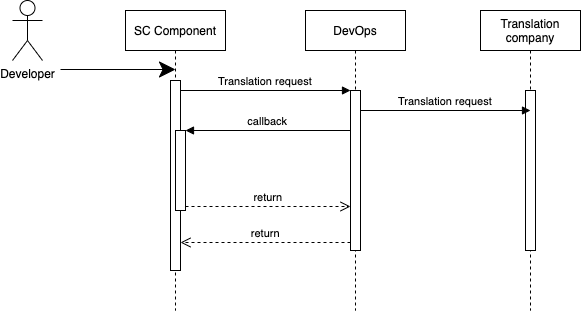
Earlier version of the draw.io export zDifferent/SC/Translation.drawio.png (smitbmx/Architecture-Diagrams). Source tidied: cells renumbered, new cells last; positions are measured from the earlier drawing's top-left corner, leaving out a move shared by most shapes.
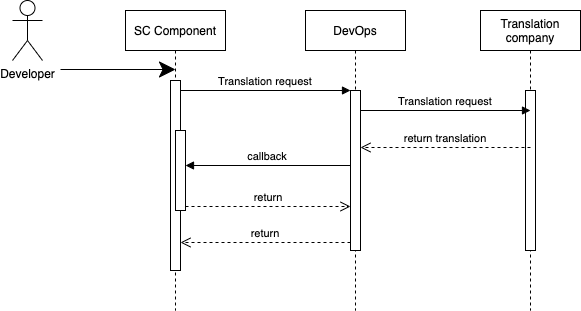
Later version of the same file.

What changed in the source:
```diff
@@ -23,8 +23,11 @@
     <mxCell id="8" value="Translation request" style="verticalAlign=bottom;endArrow=block;entryX=0;entryY=0;shadow=0;strokeWidth=1;" parent="1" edge="1" source="3" target="6">
       <mxGeometry relative="1" as="geometry" />
     </mxCell>
-    <mxCell id="9" value="callback" style="verticalAlign=bottom;endArrow=block;entryX=1;entryY=0;shadow=0;strokeWidth=1;" parent="1" edge="1" source="6" target="4">
-      <mxGeometry relative="1" as="geometry" />
+    <mxCell id="9" value="callback" style="verticalAlign=bottom;endArrow=block;entryX=1;entryY=0;shadow=0;strokeWidth=1;" parent="1" edge="1">
+      <mxGeometry relative="1" as="geometry">
+        <mxPoint x="338" y="165" as="sourcePoint" />
+        <mxPoint x="173" y="165" as="targetPoint" />
+      </mxGeometry>
     </mxCell>
     <mxCell id="10" value="return" style="verticalAlign=bottom;endArrow=open;dashed=1;endSize=8;exitX=1;exitY=0.95;shadow=0;strokeWidth=1;" parent="1" edge="1" source="4" target="6">
       <mxGeometry relative="1" as="geometry" />
@@ -50,5 +53,11 @@
         <mxPoint x="163" y="69" as="targetPoint" />
       </mxGeometry>
     </mxCell>
+    <mxCell id="16" value="return translation" style="verticalAlign=bottom;endArrow=open;dashed=1;endSize=8;exitX=0;exitY=0.95;shadow=0;strokeWidth=1;" parent="1" edge="1">
+      <mxGeometry relative="1" as="geometry">
+        <mxPoint x="518" y="147" as="sourcePoint" />
+        <mxPoint x="348" y="147" as="targetPoint" />
+      </mxGeometry>
+    </mxCell>
   </root>
 </mxGraphModel>
```
